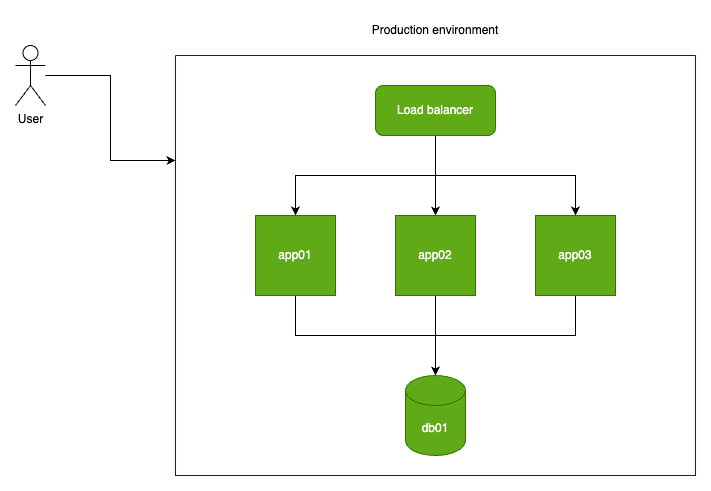
This is Devops-practice-chatty.png from Abu-Zakaria/devops-practice-chatty-infra, a draw.io export, as it was before one commit. Source tidied: cells renumbered, new cells last; positions are measured from the earlier drawing's top-left corner, leaving out a move shared by most shapes.
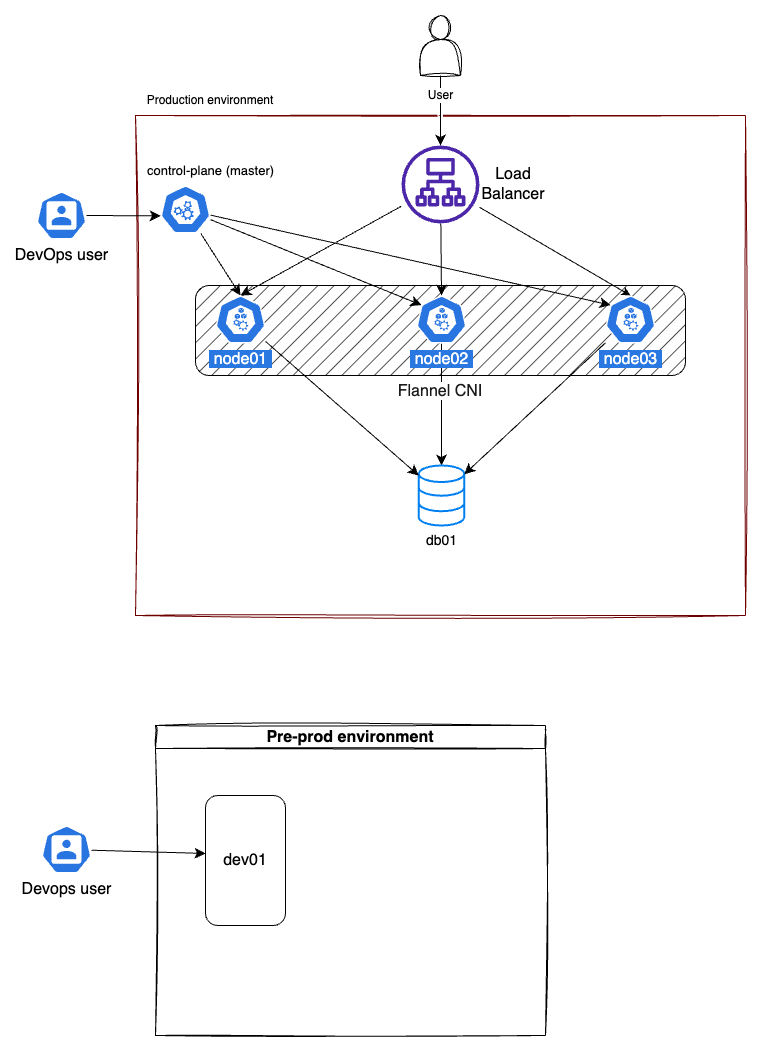
The same file after the commit.

What changed in the source:
```diff
@@ -2,60 +2,89 @@
   <root>
     <mxCell id="0" />
     <mxCell id="1" parent="0" />
-    <mxCell id="2" style="edgeStyle=orthogonalEdgeStyle;rounded=0;jettySize=auto;html=1;entryX=0;entryY=0.25;entryDx=0;entryDy=0;" parent="1" edge="1" source="3" target="4">
-      <mxGeometry relative="1" as="geometry" />
-    </mxCell>
+    <mxCell id="4" value="a" style="swimlane;startSize=0;fillColor=#a20025;fontColor=#ffffff;strokeColor=#6F0000;rounded=0;swimlaneLine=0;glass=0;sketch=1;curveFitting=1;jiggle=2;shadow=0;" parent="1" vertex="1">
+      <mxGeometry x="160" y="10" width="610" height="500" as="geometry" />
+    </mxCell>
+    <mxCell id="17" style="edgeStyle=none;curved=1;rounded=0;jettySize=auto;html=1;fontSize=12;startSize=8;endSize=8;" parent="4" edge="1" source="28" target="15">
+      <mxGeometry relative="1" as="geometry" />
+    </mxCell>
+    <mxCell id="18" value="&lt;font color=&quot;#1a1a1a&quot; style=&quot;background-color: rgb(255, 255, 255);&quot;&gt;Flannel CNI&lt;/font&gt;" style="rounded=1;whiteSpace=wrap;html=1;fontSize=16;backgroundOutline=0;glass=0;fillStyle=hatch;gradientColor=none;fillColor=#1A1A1A;shadow=0;align=center;horizontal=1;verticalAlign=top;labelPosition=center;verticalLabelPosition=bottom;" parent="4" vertex="1">
+      <mxGeometry x="60" y="170" width="490" height="90" as="geometry" />
+    </mxCell>
+    <mxCell id="15" value="&lt;font style=&quot;font-size: 14px;&quot;&gt;db01&lt;/font&gt;" style="html=1;align=center;fontSize=12;image=img/lib/mscae/Database_General.svg;rounded=0;verticalLabelPosition=bottom;labelBackgroundColor=#ffffff;verticalAlign=top;strokeWidth=2;strokeColor=#0080F0;shadow=0;dashed=0;shape=mxgraph.ios7.icons.data;" parent="4" vertex="1">
+      <mxGeometry x="283.2" y="350" width="45.6" height="60" as="geometry" />
+    </mxCell>
+    <mxCell id="19" style="edgeStyle=none;curved=1;rounded=0;jettySize=auto;html=1;entryX=0.5;entryY=0;entryDx=0;entryDy=0;entryPerimeter=0;fontSize=12;startSize=8;endSize=8;" parent="4" edge="1" source="22" target="33">
+      <mxGeometry relative="1" as="geometry" />
+    </mxCell>
+    <mxCell id="20" style="edgeStyle=none;curved=1;rounded=0;jettySize=auto;html=1;entryX=0.5;entryY=0;entryDx=0;entryDy=0;entryPerimeter=0;fontSize=12;targetPerimeterSpacing=0;shadow=0;startArrow=none;startFill=0;" parent="4" edge="1" source="22" target="30">
+      <mxGeometry relative="1" as="geometry" />
+    </mxCell>
+    <mxCell id="21" style="edgeStyle=none;curved=1;rounded=0;jettySize=auto;html=1;entryX=0.5;entryY=0;entryDx=0;entryDy=0;entryPerimeter=0;fontSize=12;startSize=8;endSize=8;" parent="4" edge="1" source="22" target="28">
+      <mxGeometry relative="1" as="geometry" />
+    </mxCell>
+    <mxCell id="22" style="outlineConnect=0;fontColor=#232F3E;gradientColor=none;fillColor=#4D27AA;strokeColor=none;dashed=0;verticalLabelPosition=bottom;verticalAlign=top;align=center;html=1;fontSize=12;fontStyle=0;shape=mxgraph.aws4.application_load_balancer;rounded=0;" parent="4" vertex="1">
+      <mxGeometry x="266" y="30" width="78" height="78" as="geometry" />
+    </mxCell>
+    <mxCell id="23" style="edgeStyle=none;curved=1;rounded=0;jettySize=auto;html=1;entryX=0.5;entryY=0;entryDx=0;entryDy=0;entryPerimeter=0;fontSize=12;startSize=8;endSize=8;" parent="4" edge="1" source="26" target="33">
+      <mxGeometry relative="1" as="geometry" />
+    </mxCell>
+    <mxCell id="24" style="edgeStyle=none;curved=1;rounded=0;jettySize=auto;html=1;entryX=0.1;entryY=0.2;entryDx=0;entryDy=0;entryPerimeter=0;fontSize=12;startSize=8;endSize=8;" parent="4" edge="1" source="26" target="28">
+      <mxGeometry relative="1" as="geometry" />
+    </mxCell>
+    <mxCell id="25" style="edgeStyle=none;curved=1;rounded=0;jettySize=auto;html=1;entryX=0.1;entryY=0.2;entryDx=0;entryDy=0;entryPerimeter=0;fontSize=12;startSize=8;endSize=8;" parent="4" edge="1" source="26" target="30">
+      <mxGeometry relative="1" as="geometry" />
+    </mxCell>
+    <mxCell id="26" style="html=1;dashed=0;whitespace=wrap;fillColor=#2875E2;strokeColor=#ffffff;points=[[0.005,0.63,0],[0.1,0.2,0],[0.9,0.2,0],[0.5,0,0],[0.995,0.63,0],[0.72,0.99,0],[0.5,1,0],[0.28,0.99,0]];verticalLabelPosition=bottom;align=center;verticalAlign=top;shape=mxgraph.kubernetes.icon;prIcon=master;fontSize=16;rounded=0;" parent="4" vertex="1">
+      <mxGeometry x="25" y="70" width="50" height="48" as="geometry" />
+    </mxCell>
+    <mxCell id="27" style="edgeStyle=none;curved=1;rounded=0;jettySize=auto;html=1;fontSize=12;startSize=8;endSize=8;" parent="4" edge="1" source="33" target="15">
+      <mxGeometry relative="1" as="geometry" />
+    </mxCell>
+    <mxCell id="28" value="&lt;span style=&quot;background-color: rgb(41, 120, 226);&quot;&gt;&lt;font color=&quot;#ffffff&quot;&gt;&amp;nbsp;node02&amp;nbsp;&lt;/font&gt;&lt;/span&gt;" style="html=1;dashed=0;whitespace=wrap;fillColor=#2875E2;strokeColor=#ffffff;points=[[0.005,0.63,0],[0.1,0.2,0],[0.9,0.2,0],[0.5,0,0],[0.995,0.63,0],[0.72,0.99,0],[0.5,1,0],[0.28,0.99,0]];verticalLabelPosition=bottom;align=center;verticalAlign=top;shape=mxgraph.kubernetes.icon;prIcon=node;fontSize=16;rounded=0;" parent="4" vertex="1">
+      <mxGeometry x="281" y="180" width="50" height="48" as="geometry" />
+    </mxCell>
+    <mxCell id="29" style="edgeStyle=none;curved=1;rounded=0;jettySize=auto;html=1;fontSize=12;startSize=8;endSize=8;" parent="4" edge="1" source="30" target="15">
+      <mxGeometry relative="1" as="geometry" />
+    </mxCell>
+    <mxCell id="30" value="&lt;font style=&quot;background-color: rgb(41, 120, 226);&quot; color=&quot;#ffffff&quot;&gt;&amp;nbsp;node03&amp;nbsp;&lt;/font&gt;" style="html=1;dashed=0;whitespace=wrap;fillColor=#2875E2;strokeColor=#ffffff;points=[[0.005,0.63,0],[0.1,0.2,0],[0.9,0.2,0],[0.5,0,0],[0.995,0.63,0],[0.72,0.99,0],[0.5,1,0],[0.28,0.99,0]];verticalLabelPosition=bottom;align=center;verticalAlign=top;shape=mxgraph.kubernetes.icon;prIcon=node;fontSize=16;rounded=0;" parent="4" vertex="1">
+      <mxGeometry x="470" y="180" width="50" height="48" as="geometry" />
+    </mxCell>
+    <mxCell id="31" value="control-plane (master)" style="text;html=1;align=center;verticalAlign=middle;strokeColor=none;fillColor=none;fontSize=13;rounded=0;" parent="4" vertex="1">
+      <mxGeometry y="40" width="150" height="30" as="geometry" />
+    </mxCell>
+    <mxCell id="32" value="Load Balancer" style="text;strokeColor=none;fillColor=none;html=1;align=center;verticalAlign=middle;whiteSpace=wrap;rounded=0;fontSize=16;" parent="4" vertex="1">
+      <mxGeometry x="336" y="54" width="84" height="30" as="geometry" />
+    </mxCell>
+    <mxCell id="33" value="&lt;font style=&quot;background-color: rgb(41, 120, 226);&quot; color=&quot;#ffffff&quot;&gt;&amp;nbsp;node01&amp;nbsp;&lt;/font&gt;" style="html=1;dashed=0;whitespace=wrap;fillColor=#2875E2;strokeColor=#ffffff;points=[[0.005,0.63,0],[0.1,0.2,0],[0.9,0.2,0],[0.5,0,0],[0.995,0.63,0],[0.72,0.99,0],[0.5,1,0],[0.28,0.99,0]];verticalLabelPosition=bottom;align=center;verticalAlign=top;shape=mxgraph.kubernetes.icon;prIcon=node;fontSize=16;rounded=0;" parent="4" vertex="1">
+      <mxGeometry x="80" y="180" width="50" height="48" as="geometry" />
+    </mxCell>
+    <mxCell id="16" value="Production environment" style="text;html=1;strokeColor=none;fillColor=none;align=center;verticalAlign=middle;whiteSpace=wrap;rounded=0;" parent="1" vertex="1">
+      <mxGeometry x="160" y="-20" width="150" height="30" as="geometry" />
+    </mxCell>
-    <mxCell id="3" value="User" style="shape=umlActor;verticalLabelPosition=bottom;verticalAlign=top;html=1;outlineConnect=0;" parent="1" vertex="1">
-      <mxGeometry y="30" width="30" height="60" as="geometry" />
+    <mxCell id="3" value="User" style="edgeStyle=none;curved=1;rounded=0;jettySize=auto;html=1;fontSize=12;startSize=8;endSize=8;" parent="1" edge="1" source="34" target="22">
+      <mxGeometry x="-0.43" relative="1" as="geometry" />
     </mxCell>
-    <mxCell id="4" style="swimlane;startSize=0;fillColor=#a20025;fontColor=#ffffff;strokeColor=#6F0000;" parent="1" vertex="1">
-      <mxGeometry x="160" y="40" width="520" height="420" as="geometry" />
-    </mxCell>
-    <mxCell id="5" style="edgeStyle=orthogonalEdgeStyle;rounded=0;jettySize=auto;html=1;entryX=0.5;entryY=0;entryDx=0;entryDy=0;" parent="4" edge="1" source="8" target="12">
-      <mxGeometry relative="1" as="geometry" />
-    </mxCell>
-    <mxCell id="6" style="edgeStyle=orthogonalEdgeStyle;rounded=0;jettySize=auto;html=1;exitX=0.5;exitY=1;exitDx=0;exitDy=0;" parent="4" edge="1" source="8" target="14">
-      <mxGeometry relative="1" as="geometry" />
-    </mxCell>
-    <mxCell id="7" style="edgeStyle=orthogonalEdgeStyle;rounded=0;jettySize=auto;html=1;exitX=0.5;exitY=1;exitDx=0;exitDy=0;" parent="4" edge="1" source="8" target="10">
-      <mxGeometry relative="1" as="geometry" />
-    </mxCell>
-    <mxCell id="8" value="Load balancer" style="rounded=1;whiteSpace=wrap;html=1;fillColor=#60a917;strokeColor=#2D7600;fontColor=#ffffff;" parent="4" vertex="1">
-      <mxGeometry x="200" y="30" width="120" height="50" as="geometry" />
-    </mxCell>
-    <mxCell id="9" style="edgeStyle=orthogonalEdgeStyle;rounded=0;jettySize=auto;html=1;entryX=0.5;entryY=0;entryDx=0;entryDy=0;entryPerimeter=0;" parent="4" edge="1" source="10" target="15">
-      <mxGeometry relative="1" as="geometry">
-        <Array as="points">
-          <mxPoint x="120" y="280" />
-          <mxPoint x="260" y="280" />
-        </Array>
-      </mxGeometry>
-    </mxCell>
-    <mxCell id="10" value="app01" style="whiteSpace=wrap;html=1;fillColor=#60a917;strokeColor=#2D7600;fontColor=#ffffff;" parent="4" vertex="1">
-      <mxGeometry x="80" y="160" width="80" height="80" as="geometry" />
-    </mxCell>
-    <mxCell id="11" style="edgeStyle=orthogonalEdgeStyle;rounded=0;jettySize=auto;html=1;" parent="4" edge="1" source="12" target="15">
-      <mxGeometry relative="1" as="geometry" />
-    </mxCell>
-    <mxCell id="12" value="app02" style="whiteSpace=wrap;html=1;fillColor=#60a917;strokeColor=#2D7600;fontColor=#ffffff;" parent="4" vertex="1">
-      <mxGeometry x="220" y="160" width="80" height="80" as="geometry" />
-    </mxCell>
-    <mxCell id="13" style="edgeStyle=orthogonalEdgeStyle;rounded=0;jettySize=auto;html=1;entryX=0.5;entryY=0;entryDx=0;entryDy=0;entryPerimeter=0;" parent="4" edge="1" source="14" target="15">
-      <mxGeometry relative="1" as="geometry">
-        <Array as="points">
-          <mxPoint x="400" y="280" />
-          <mxPoint x="260" y="280" />
-        </Array>
-      </mxGeometry>
-    </mxCell>
-    <mxCell id="14" value="app03" style="whiteSpace=wrap;html=1;fillColor=#60a917;strokeColor=#2D7600;fontColor=#ffffff;" parent="4" vertex="1">
-      <mxGeometry x="360" y="160" width="80" height="80" as="geometry" />
-    </mxCell>
-    <mxCell id="15" value="db01" style="shape=cylinder3;whiteSpace=wrap;html=1;boundedLbl=1;backgroundOutline=1;size=15;fillColor=#60a917;strokeColor=#2D7600;fontColor=#ffffff;" parent="4" vertex="1">
-      <mxGeometry x="230" y="320" width="60" height="80" as="geometry" />
-    </mxCell>
-    <mxCell id="16" value="Production environment" style="text;html=1;strokeColor=none;fillColor=none;align=center;verticalAlign=middle;whiteSpace=wrap;rounded=0;" parent="1" vertex="1">
-      <mxGeometry x="345" width="150" height="30" as="geometry" />
-    </mxCell>
+    <mxCell id="34" style="shape=actor;whiteSpace=wrap;html=1;fontSize=16;rounded=0;strokeColor=default;sketch=1;curveFitting=1;jiggle=2;" parent="1" vertex="1">
+      <mxGeometry x="445" y="-90" width="40" height="60" as="geometry" />
+    </mxCell>
+    <mxCell id="35" style="edgeStyle=none;curved=1;rounded=0;jettySize=auto;html=1;entryX=0.005;entryY=0.63;entryDx=0;entryDy=0;entryPerimeter=0;fontSize=12;startSize=8;endSize=8;" parent="1" edge="1" source="36" target="26">
+      <mxGeometry relative="1" as="geometry" />
+    </mxCell>
+    <mxCell id="36" value="DevOps user" style="sketch=0;html=1;dashed=0;whitespace=wrap;fillColor=#2875E2;strokeColor=#ffffff;points=[[0.005,0.63,0],[0.1,0.2,0],[0.9,0.2,0],[0.5,0,0],[0.995,0.63,0],[0.72,0.99,0],[0.5,1,0],[0.28,0.99,0]];verticalLabelPosition=bottom;align=center;verticalAlign=top;shape=mxgraph.kubernetes.icon;prIcon=user;fontSize=16;" parent="1" vertex="1">
+      <mxGeometry x="61" y="86" width="50" height="48" as="geometry" />
+    </mxCell>
+    <mxCell id="37" value="Pre-prod environment" style="swimlane;whiteSpace=wrap;html=1;fontSize=16;glass=0;swimlaneLine=1;rounded=0;sketch=1;curveFitting=1;jiggle=2;" parent="1" vertex="1">
+      <mxGeometry x="180" y="620" width="390" height="310" as="geometry" />
+    </mxCell>
+    <mxCell id="38" value="dev01" style="rounded=1;whiteSpace=wrap;html=1;fontSize=16;" parent="37" vertex="1">
+      <mxGeometry x="50" y="70" width="80" height="130" as="geometry" />
+    </mxCell>
+    <mxCell id="39" style="edgeStyle=none;curved=1;rounded=0;jettySize=auto;html=1;entryX=0;entryY=0.446;entryDx=0;entryDy=0;entryPerimeter=0;fontSize=12;startSize=8;endSize=8;" parent="1" edge="1" source="40" target="38">
+      <mxGeometry relative="1" as="geometry" />
+    </mxCell>
+    <mxCell id="40" value="Devops user" style="sketch=0;html=1;dashed=0;whitespace=wrap;fillColor=#2875E2;strokeColor=#ffffff;points=[[0.005,0.63,0],[0.1,0.2,0],[0.9,0.2,0],[0.5,0,0],[0.995,0.63,0],[0.72,0.99,0],[0.5,1,0],[0.28,0.99,0]];verticalLabelPosition=bottom;align=center;verticalAlign=top;shape=mxgraph.kubernetes.icon;prIcon=user;fontSize=16;" parent="1" vertex="1">
+      <mxGeometry x="66" y="720" width="50" height="48" as="geometry" />
+    </mxCell>
   </root>
 </mxGraphModel>
```
